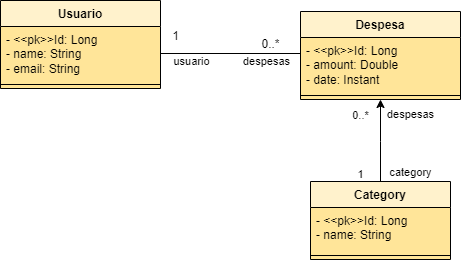
Above: assets/modelo-dominio-gerenciamento-gastos.png in DeivinsonPereira/DimeTracker (draw.io), before the change. Source tidied: cells renumbered, new cells last; positions are measured from the earlier drawing's top-left corner, leaving out a move shared by most shapes.
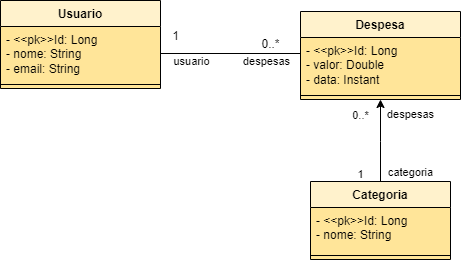
The same file after the commit.

Change to the diagram source:
```diff
@@ -22,7 +22,7 @@
     <mxCell id="5" value="Usuario" style="swimlane;fontStyle=1;align=center;verticalAlign=top;horizontal=1;startSize=26;whiteSpace=wrap;html=1;labelBackgroundColor=none;swimlaneFillColor=#FFE599;fillColor=#fff2cc;strokeColor=#000000;" parent="1" vertex="1">
       <mxGeometry width="160" height="88" as="geometry" />
     </mxCell>
-    <mxCell id="6" value="- &amp;lt;&amp;lt;pk&amp;gt;&amp;gt;Id: Long&lt;br style=&quot;font-size: 12px;&quot;&gt;- name: String&lt;br style=&quot;font-size: 12px;&quot;&gt;- email: String" style="text;strokeColor=none;fillColor=none;align=left;verticalAlign=top;spacingLeft=4;spacingRight=4;overflow=hidden;points=[[0,0.5],[1,0.5]];portConstraint=eastwest;whiteSpace=wrap;html=1;fontSize=12;spacingTop=0;spacing=2;labelBackgroundColor=#FFE599;labelBorderColor=none;" parent="5" vertex="1">
+    <mxCell id="6" value="- &amp;lt;&amp;lt;pk&amp;gt;&amp;gt;Id: Long&lt;br style=&quot;font-size: 12px;&quot;&gt;- nome: String&lt;br style=&quot;font-size: 12px;&quot;&gt;- email: String" style="text;strokeColor=none;fillColor=none;align=left;verticalAlign=top;spacingLeft=4;spacingRight=4;overflow=hidden;points=[[0,0.5],[1,0.5]];portConstraint=eastwest;whiteSpace=wrap;html=1;fontSize=12;spacingTop=0;spacing=2;labelBackgroundColor=#FFE599;labelBorderColor=none;" parent="5" vertex="1">
       <mxGeometry y="26" width="160" height="54" as="geometry" />
     </mxCell>
     <mxCell id="7" style="line;strokeWidth=1;fillColor=none;align=left;verticalAlign=middle;spacingTop=-1;spacingLeft=3;spacingRight=3;labelPosition=right;strokeColor=inherit;" parent="5" vertex="1">
@@ -31,7 +31,7 @@
     <mxCell id="8" value="Despesa" style="swimlane;fontStyle=1;align=center;verticalAlign=top;horizontal=1;startSize=26;whiteSpace=wrap;html=1;labelBackgroundColor=none;swimlaneFillColor=#FFE599;fillColor=#fff2cc;strokeColor=default;" parent="1" vertex="1">
       <mxGeometry x="300" y="11" width="160" height="88" as="geometry" />
     </mxCell>
-    <mxCell id="9" value="- &amp;lt;&amp;lt;pk&amp;gt;&amp;gt;Id: Long&lt;br style=&quot;font-size: 12px;&quot;&gt;- amount: Double&lt;br style=&quot;font-size: 12px;&quot;&gt;- date: Instant" style="text;strokeColor=none;fillColor=none;align=left;verticalAlign=top;spacingLeft=4;spacingRight=4;overflow=hidden;points=[[0,0.5],[1,0.5]];portConstraint=eastwest;whiteSpace=wrap;html=1;fontSize=12;spacingTop=0;spacing=2;labelBackgroundColor=#FFE599;labelBorderColor=none;" parent="8" vertex="1">
+    <mxCell id="9" value="- &amp;lt;&amp;lt;pk&amp;gt;&amp;gt;Id: Long&lt;br style=&quot;font-size: 12px;&quot;&gt;- valor: Double&lt;br style=&quot;font-size: 12px;&quot;&gt;- data: Instant" style="text;strokeColor=none;fillColor=none;align=left;verticalAlign=top;spacingLeft=4;spacingRight=4;overflow=hidden;points=[[0,0.5],[1,0.5]];portConstraint=eastwest;whiteSpace=wrap;html=1;fontSize=12;spacingTop=0;spacing=2;labelBackgroundColor=#FFE599;labelBorderColor=none;" parent="8" vertex="1">
       <mxGeometry y="26" width="160" height="54" as="geometry" />
     </mxCell>
     <mxCell id="10" style="line;strokeWidth=1;fillColor=none;align=left;verticalAlign=middle;spacingTop=-1;spacingLeft=3;spacingRight=3;labelPosition=right;points=[];portConstraint=eastwest;strokeColor=inherit;" parent="8" vertex="1">
@@ -55,7 +55,7 @@
         <mxPoint x="-20" as="offset" />
       </mxGeometry>
     </mxCell>
-    <mxCell id="14" value="category" style="edgeLabel;html=1;align=center;verticalAlign=middle;" parent="11" vertex="1">
+    <mxCell id="14" value="categoria" style="edgeLabel;html=1;align=center;verticalAlign=middle;" parent="11" vertex="1">
       <mxGeometry x="-0.77" y="1" relative="1" as="geometry">
         <mxPoint x="31" as="offset" />
       </mxGeometry>
@@ -65,10 +65,10 @@
         <mxPoint x="-19" y="-1" as="offset" />
       </mxGeometry>
     </mxCell>
-    <mxCell id="16" value="Category" style="swimlane;fontStyle=1;align=center;verticalAlign=top;horizontal=1;startSize=26;whiteSpace=wrap;html=1;labelBackgroundColor=none;swimlaneFillColor=#FFE599;fillColor=#fff2cc;strokeColor=default;" parent="1" vertex="1">
+    <mxCell id="16" value="Categoria" style="swimlane;fontStyle=1;align=center;verticalAlign=top;horizontal=1;startSize=26;whiteSpace=wrap;html=1;labelBackgroundColor=none;swimlaneFillColor=#FFE599;fillColor=#fff2cc;strokeColor=default;" parent="1" vertex="1">
       <mxGeometry x="310" y="181" width="140" height="78" as="geometry" />
     </mxCell>
-    <mxCell id="17" value="- &amp;lt;&amp;lt;pk&amp;gt;&amp;gt;Id: Long&lt;br style=&quot;font-size: 12px;&quot;&gt;- name: String" style="text;strokeColor=none;fillColor=none;align=left;verticalAlign=top;spacingLeft=4;spacingRight=4;overflow=hidden;whiteSpace=wrap;html=1;fontSize=12;spacingTop=0;spacing=2;labelBackgroundColor=#FFE599;labelBorderColor=none;" parent="16" vertex="1">
+    <mxCell id="17" value="- &amp;lt;&amp;lt;pk&amp;gt;&amp;gt;Id: Long&lt;br style=&quot;font-size: 12px;&quot;&gt;- nome: String" style="text;strokeColor=none;fillColor=none;align=left;verticalAlign=top;spacingLeft=4;spacingRight=4;overflow=hidden;whiteSpace=wrap;html=1;fontSize=12;spacingTop=0;spacing=2;labelBackgroundColor=#FFE599;labelBorderColor=none;" parent="16" vertex="1">
       <mxGeometry y="26" width="140" height="44" as="geometry" />
     </mxCell>
     <mxCell id="18" style="line;strokeWidth=1;fillColor=none;align=left;verticalAlign=middle;spacingTop=-1;spacingLeft=3;spacingRight=3;labelPosition=right;strokeColor=inherit;" parent="16" vertex="1">
```
